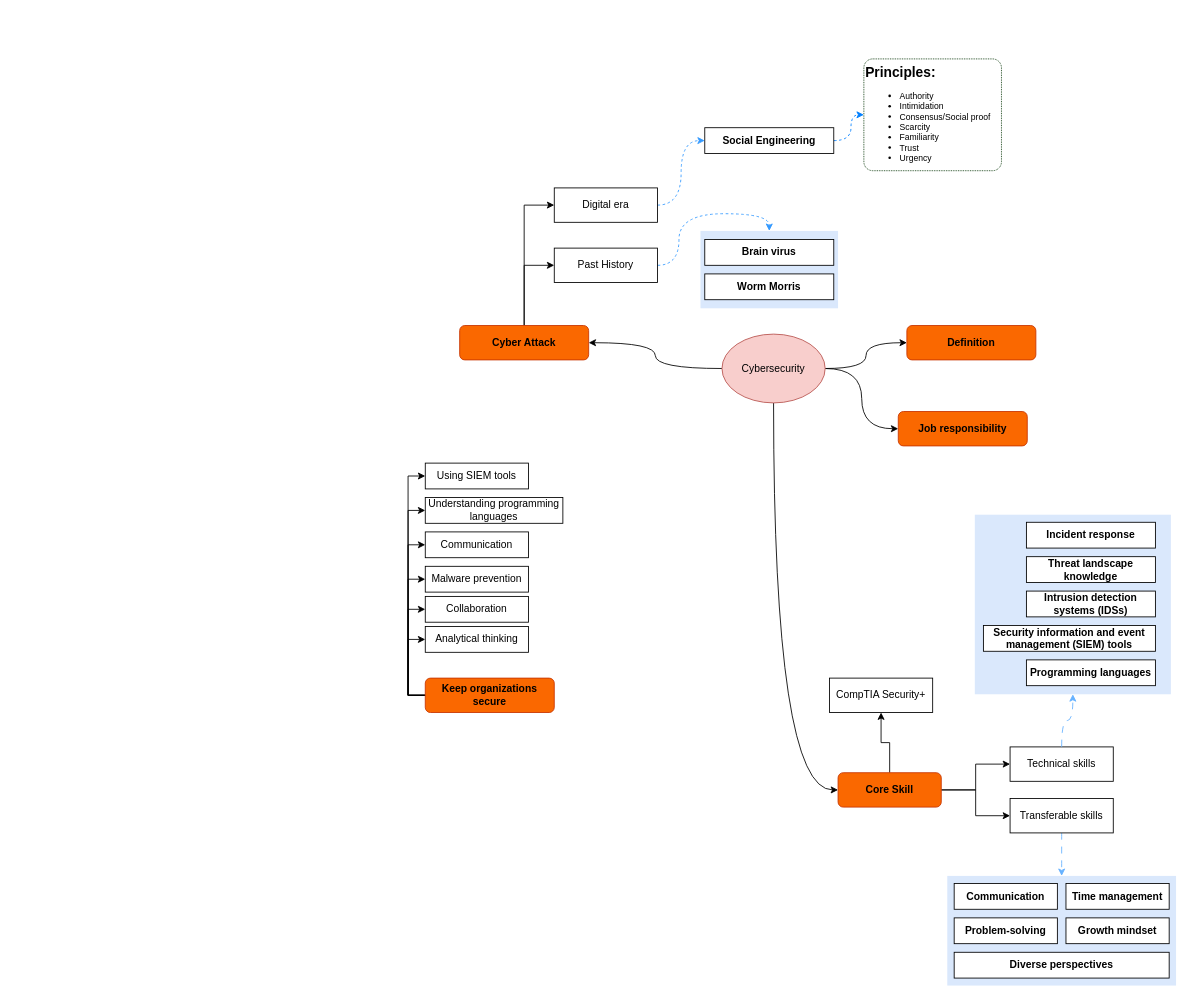
The draw.io diagram mind-map.drawio in yogiprsetya/Google-Cybersecurity-x-Coursera, before the edit. Source tidied: cells renumbered, new cells numbered last; positions are measured from the earlier drawing's top-left corner, leaving out a move shared by most shapes. Both pictures are drawn from the tidied source at 86%, with x=0, y=0 at pixel (425, 58).
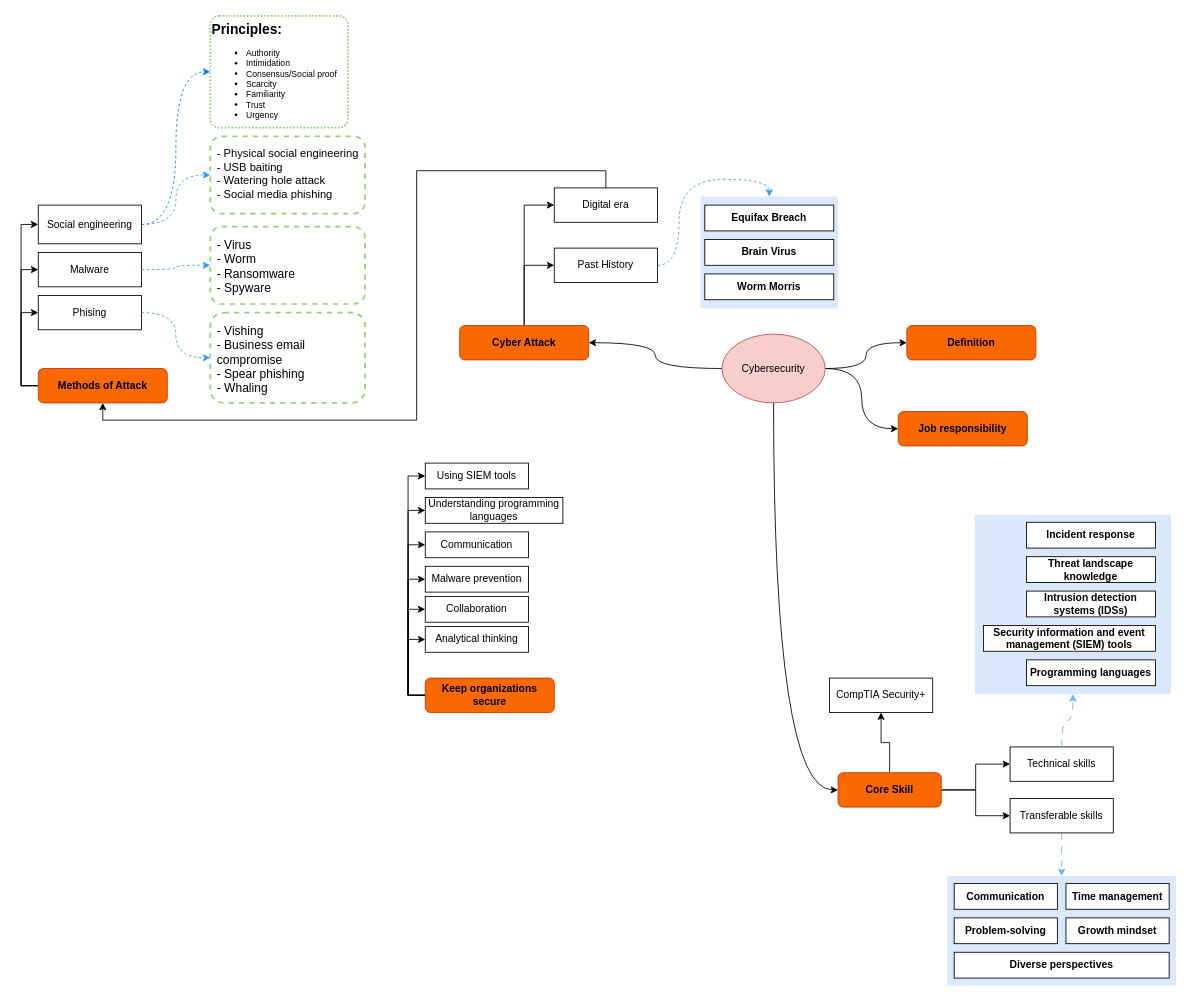
After the change.

The change refers to these unchanged cells:
```xml
<mxCell id="53" value="Digital era" style="rounded=0;whiteSpace=wrap;html=1;" parent="1" vertex="1">
  <mxGeometry x="150" y="150" width="120" height="40" as="geometry" />
</mxCell>
```

Diff of the diagram source:
```diff
@@
-    <mxCell id="52" style="edgeStyle=orthogonalEdgeStyle;rounded=0;jettySize=auto;html=1;exitX=1;exitY=0.5;exitDx=0;exitDy=0;entryX=0;entryY=0.5;entryDx=0;entryDy=0;curved=1;dashed=1;strokeColor=#3399FF;" parent="1" edge="1" source="53" target="60">
-      <mxGeometry relative="1" as="geometry" />
-    </mxCell>
+    <mxCell id="61" style="edgeStyle=orthogonalEdgeStyle;rounded=0;jettySize=auto;html=1;entryX=0.5;entryY=1;entryDx=0;entryDy=0;exitX=0.5;exitY=0;exitDx=0;exitDy=0;" parent="1" edge="1" source="53" target="65">
+      <mxGeometry relative="1" as="geometry">
+        <Array as="points">
+          <mxPoint x="210" y="130" />
+          <mxPoint x="-10" y="130" />
+          <mxPoint x="-10" y="420" />
+          <mxPoint x="-375" y="420" />
+        </Array>
+      </mxGeometry>
+    </mxCell>
@@
-    <mxCell id="54" style="group;" parent="1" vertex="1">
-      <mxGeometry x="320" y="200" width="160" height="90" as="geometry" />
-    </mxCell>
+    <mxCell id="58" style="edgeStyle=orthogonalEdgeStyle;rounded=0;jettySize=auto;html=1;curved=1;strokeColor=#007FFF;dashed=1;entryX=0;entryY=0.5;entryDx=0;entryDy=0;exitX=1;exitY=0.5;exitDx=0;exitDy=0;" parent="1" edge="1" source="69" target="59">
+      <mxGeometry relative="1" as="geometry" />
+    </mxCell>
+    <mxCell id="59" value="&lt;p style=&quot;margin-top: 0px;&quot;&gt;&lt;font style=&quot;font-size: 16px;&quot;&gt;&lt;b&gt;Principles:&lt;/b&gt;&lt;/font&gt;&lt;/p&gt;&lt;ul style=&quot;font-size: 10px;&quot;&gt;&lt;li&gt;&lt;span&gt;&lt;span&gt;Authority&lt;/span&gt;&lt;/span&gt;&lt;/li&gt;&lt;li&gt;&lt;span&gt;&lt;span&gt;Intimidation&lt;/span&gt;&lt;/span&gt;&lt;/li&gt;&lt;li&gt;&lt;span&gt;&lt;span&gt;Consensus/Social proof&lt;/span&gt;&lt;/span&gt;&lt;/li&gt;&lt;li&gt;&lt;span&gt;&lt;span&gt;Scarcity&lt;/span&gt;&lt;/span&gt;&lt;/li&gt;&lt;li&gt;&lt;span&gt;&lt;span&gt;Familiarity&lt;/span&gt;&lt;/span&gt;&lt;/li&gt;&lt;li&gt;&lt;span&gt;&lt;span&gt;Trust&lt;/span&gt;&lt;/span&gt;&lt;/li&gt;&lt;li&gt;&lt;span&gt;&lt;span&gt;Urgency&lt;/span&gt;&lt;/span&gt;&lt;/li&gt;&lt;/ul&gt;" style="text;html=1;whiteSpace=wrap;overflow=hidden;rounded=1;strokeColor=#97D077;dashed=1;dashPattern=1 1;arcSize=8;strokeWidth=2;" parent="1" vertex="1">
+      <mxGeometry x="-250" y="-50" width="160" height="130" as="geometry" />
+    </mxCell>
+    <mxCell id="62" style="edgeStyle=orthogonalEdgeStyle;rounded=0;jettySize=auto;html=1;entryX=0;entryY=0.5;entryDx=0;entryDy=0;exitX=0;exitY=0.5;exitDx=0;exitDy=0;" parent="1" edge="1" source="65" target="66">
+      <mxGeometry relative="1" as="geometry" />
+    </mxCell>
+    <mxCell id="63" style="edgeStyle=orthogonalEdgeStyle;rounded=0;jettySize=auto;html=1;exitX=0;exitY=0.5;exitDx=0;exitDy=0;entryX=0;entryY=0.5;entryDx=0;entryDy=0;" parent="1" edge="1" source="65" target="67">
+      <mxGeometry relative="1" as="geometry" />
+    </mxCell>
+    <mxCell id="64" style="edgeStyle=orthogonalEdgeStyle;rounded=0;jettySize=auto;html=1;exitX=0;exitY=0.5;exitDx=0;exitDy=0;entryX=0;entryY=0.5;entryDx=0;entryDy=0;" parent="1" edge="1" source="65" target="69">
+      <mxGeometry relative="1" as="geometry" />
+    </mxCell>
+    <mxCell id="65" value="Methods of Attack" style="rounded=1;whiteSpace=wrap;html=1;fontStyle=1;fillColor=#fa6800;fontColor=#000000;strokeColor=#C73500;" parent="1" vertex="1">
+      <mxGeometry x="-450" y="360" width="150" height="40" as="geometry" />
+    </mxCell>
+    <mxCell id="66" value="&lt;div&gt;Phising&lt;/div&gt;" style="rounded=0;whiteSpace=wrap;html=1;" parent="1" vertex="1">
+      <mxGeometry x="-450" y="275" width="120" height="40" as="geometry" />
+    </mxCell>
+    <mxCell id="67" value="Malware" style="rounded=0;whiteSpace=wrap;html=1;" parent="1" vertex="1">
+      <mxGeometry x="-450" y="225" width="120" height="40" as="geometry" />
+    </mxCell>
+    <mxCell id="68" value="&lt;div style=&quot;font-size: 14px;&quot;&gt;- Virus&lt;/div&gt;&lt;div style=&quot;font-size: 14px;&quot;&gt;- Worm&lt;/div&gt;&lt;div&gt;- Ransomware&lt;/div&gt;&lt;div&gt;- Spyware&lt;br&gt;&lt;/div&gt;" style="text;html=1;whiteSpace=wrap;overflow=hidden;rounded=1;strokeColor=#97D077;dashed=1;fillColor=none;strokeWidth=2;labelPadding=12;spacingTop=0;spacing=8;fontSize=14;" parent="1" vertex="1">
+      <mxGeometry x="-250" y="195" width="180" height="90" as="geometry" />
+    </mxCell>
+    <mxCell id="69" value="Social engineering" style="rounded=0;whiteSpace=wrap;html=1;" parent="1" vertex="1">
+      <mxGeometry x="-450" y="170" width="120" height="45" as="geometry" />
+    </mxCell>
+    <mxCell id="70" style="edgeStyle=orthogonalEdgeStyle;rounded=0;jettySize=auto;html=1;exitX=1;exitY=0.5;exitDx=0;exitDy=0;entryX=0;entryY=0.5;entryDx=0;entryDy=0;dashed=1;strokeColor=#3399FF;curved=1;" parent="1" edge="1" source="67" target="68">
+      <mxGeometry relative="1" as="geometry" />
+    </mxCell>
+    <mxCell id="71" value="&lt;div style=&quot;font-size: 13px;&quot;&gt;&lt;font style=&quot;font-size: 13px;&quot;&gt;- Physical social engineering&lt;/font&gt;&lt;/div&gt;&lt;div style=&quot;font-size: 13px;&quot;&gt;&lt;font style=&quot;font-size: 13px;&quot;&gt;- USB baiting&lt;/font&gt;&lt;/div&gt;&lt;div style=&quot;font-size: 13px;&quot;&gt;&lt;font style=&quot;font-size: 13px;&quot;&gt;- Watering hole attack&lt;/font&gt;&lt;/div&gt;&lt;div style=&quot;font-size: 13px;&quot;&gt;&lt;font style=&quot;font-size: 13px;&quot;&gt;- &lt;/font&gt;Social media phishing&lt;/div&gt;" style="text;html=1;whiteSpace=wrap;overflow=hidden;rounded=1;strokeColor=#97D077;dashed=1;fillColor=none;strokeWidth=2;spacing=8;" parent="1" vertex="1">
+      <mxGeometry x="-250" y="90" width="180" height="90" as="geometry" />
+    </mxCell>
+    <mxCell id="72" style="edgeStyle=orthogonalEdgeStyle;rounded=0;jettySize=auto;html=1;exitX=1;exitY=0.5;exitDx=0;exitDy=0;entryX=0;entryY=0.5;entryDx=0;entryDy=0;dashed=1;strokeColor=#3399FF;curved=1;" parent="1" edge="1" source="69" target="71">
+      <mxGeometry relative="1" as="geometry" />
+    </mxCell>
+    <mxCell id="73" value="&lt;div style=&quot;font-size: 14px;&quot;&gt;- Vishing&lt;/div&gt;&lt;div style=&quot;font-size: 14px;&quot;&gt;- Business email compromise&lt;/div&gt;&lt;div style=&quot;font-size: 14px;&quot;&gt;- Spear phishing&lt;/div&gt;&lt;div style=&quot;font-size: 14px;&quot;&gt;- Whaling&lt;br&gt;&lt;/div&gt;" style="text;html=1;whiteSpace=wrap;overflow=hidden;rounded=1;strokeColor=#97D077;dashed=1;fillColor=none;strokeWidth=2;labelPadding=12;spacingTop=0;spacing=8;fontSize=14;" parent="1" vertex="1">
+      <mxGeometry x="-250" y="295" width="180" height="105" as="geometry" />
+    </mxCell>
+    <mxCell id="74" style="edgeStyle=orthogonalEdgeStyle;rounded=0;jettySize=auto;html=1;exitX=1;exitY=0.5;exitDx=0;exitDy=0;entryX=0;entryY=0.5;entryDx=0;entryDy=0;dashed=1;strokeColor=#3399FF;curved=1;" parent="1" edge="1" source="66" target="73">
+      <mxGeometry relative="1" as="geometry" />
+    </mxCell>
-    <mxCell id="55" style="rounded=0;whiteSpace=wrap;html=1;fillColor=#dae8fc;strokeColor=none;" parent="54" vertex="1">
-      <mxGeometry width="160" height="90" as="geometry" />
+    <mxCell id="55" style="rounded=0;whiteSpace=wrap;html=1;fillColor=#dae8fc;strokeColor=none;" parent="1" vertex="1">
+      <mxGeometry x="320" y="160" width="160" height="130" as="geometry" />
     </mxCell>
+    <mxCell id="75" style="group;" parent="1" vertex="1">
+      <mxGeometry x="325" y="170" width="150" height="110" as="geometry" />
+    </mxCell>
-    <mxCell id="56" value="&lt;strong&gt;Worm Morris&lt;br&gt;&lt;/strong&gt;" style="whiteSpace=wrap;html=1;rounded=0;" parent="54" vertex="1">
-      <mxGeometry x="5" y="50" width="150" height="30" as="geometry" />
+    <mxCell id="56" value="&lt;strong&gt;Worm Morris&lt;br&gt;&lt;/strong&gt;" style="whiteSpace=wrap;html=1;rounded=0;" parent="75" vertex="1">
+      <mxGeometry y="80" width="150" height="30" as="geometry" />
     </mxCell>
-    <mxCell id="57" value="&lt;strong&gt;Brain virus&lt;br&gt;&lt;/strong&gt;" style="whiteSpace=wrap;html=1;rounded=0;" parent="54" vertex="1">
-      <mxGeometry x="5" y="10" width="150" height="30" as="geometry" />
+    <mxCell id="57" value="&lt;strong&gt;Brain Virus&lt;br&gt;&lt;/strong&gt;" style="whiteSpace=wrap;html=1;rounded=0;" parent="75" vertex="1">
+      <mxGeometry y="40" width="150" height="30" as="geometry" />
     </mxCell>
-    <mxCell id="58" style="edgeStyle=orthogonalEdgeStyle;rounded=0;jettySize=auto;html=1;curved=1;strokeColor=#007FFF;dashed=1;entryX=0;entryY=0.5;entryDx=0;entryDy=0;" parent="1" edge="1" source="60" target="59">
-      <mxGeometry relative="1" as="geometry" />
-    </mxCell>
-    <mxCell id="59" value="&lt;p style=&quot;margin-top: 0px;&quot;&gt;&lt;font style=&quot;font-size: 16px;&quot;&gt;&lt;b&gt;Principles:&lt;/b&gt;&lt;/font&gt;&lt;/p&gt;&lt;ul style=&quot;font-size: 10px;&quot;&gt;&lt;li&gt;&lt;span&gt;&lt;span&gt;Authority&lt;/span&gt;&lt;/span&gt;&lt;/li&gt;&lt;li&gt;&lt;span&gt;&lt;span&gt;Intimidation&lt;/span&gt;&lt;/span&gt;&lt;/li&gt;&lt;li&gt;&lt;span&gt;&lt;span&gt;Consensus/Social proof&lt;/span&gt;&lt;/span&gt;&lt;/li&gt;&lt;li&gt;&lt;span&gt;&lt;span&gt;Scarcity&lt;/span&gt;&lt;/span&gt;&lt;/li&gt;&lt;li&gt;&lt;span&gt;&lt;span&gt;Familiarity&lt;/span&gt;&lt;/span&gt;&lt;/li&gt;&lt;li&gt;&lt;span&gt;&lt;span&gt;Trust&lt;/span&gt;&lt;/span&gt;&lt;/li&gt;&lt;li&gt;&lt;span&gt;&lt;span&gt;Urgency&lt;/span&gt;&lt;/span&gt;&lt;/li&gt;&lt;/ul&gt;" style="text;html=1;whiteSpace=wrap;overflow=hidden;rounded=1;strokeColor=#003300;dashed=1;dashPattern=1 1;arcSize=8;" parent="1" vertex="1">
-      <mxGeometry x="510" width="160" height="130" as="geometry" />
-    </mxCell>
-    <mxCell id="60" value="&lt;strong&gt;Social Engineering&lt;br&gt;&lt;/strong&gt;" style="whiteSpace=wrap;html=1;rounded=0;" parent="1" vertex="1">
-      <mxGeometry x="325" y="80" width="150" height="30" as="geometry" />
-    </mxCell>
+    <mxCell id="76" value="&lt;strong&gt;Equifax Breach&lt;br&gt;&lt;/strong&gt;" style="whiteSpace=wrap;html=1;rounded=0;" parent="75" vertex="1">
+      <mxGeometry width="150" height="30" as="geometry" />
+    </mxCell>
```
